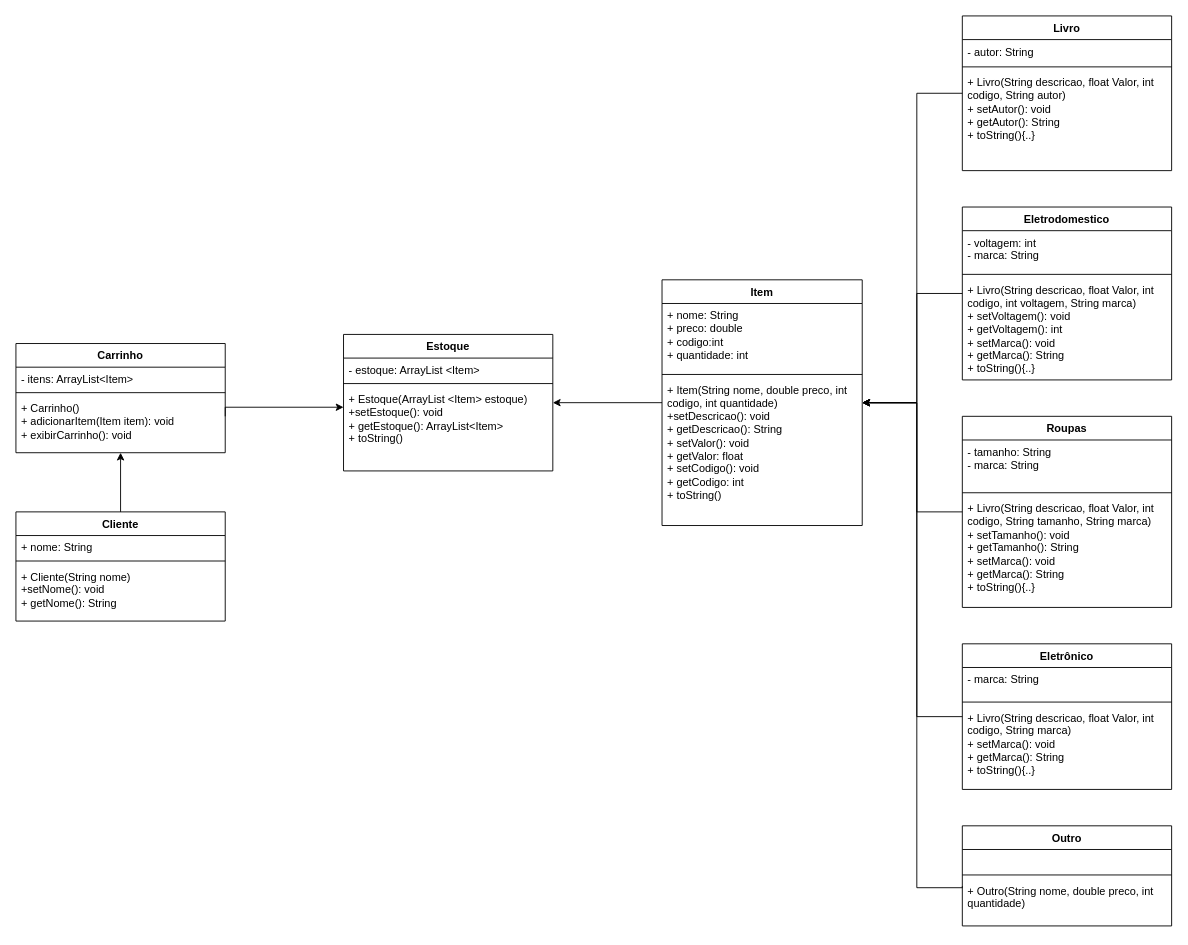
jsalles1/TesteGit keeps this draw.io diagram as Diagrama de classe do projeto.drawio. Above is the earlier version. Source tidied: cells renumbered, new cells numbered last; positions are measured from the earlier drawing's top-left corner, leaving out a move shared by most shapes. Both pictures are drawn from the tidied source at 91%, with x=0, y=0 at pixel (15, 15).
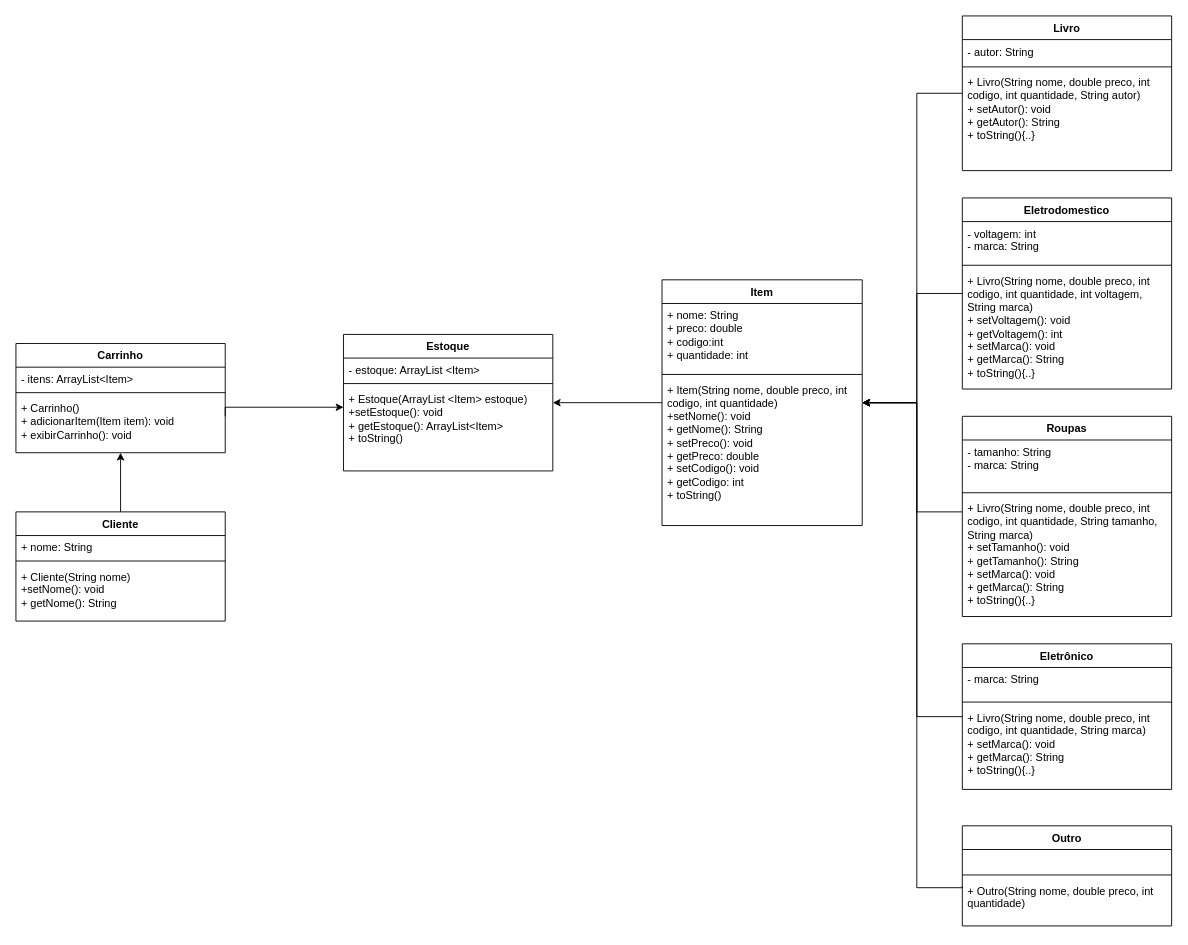
After the change.

Unchanged cells that the change refers to:
```xml
<mxCell id="3" value="Livro" style="swimlane;fontStyle=1;align=center;verticalAlign=top;horizontal=1;startSize=26;whiteSpace=wrap;html=1;" parent="1" vertex="1">
  <mxGeometry x="1040" width="230" height="170" as="geometry" />
</mxCell>
<mxCell id="8" value="Item" style="swimlane;fontStyle=1;align=center;verticalAlign=top;horizontal=1;startSize=26;whiteSpace=wrap;html=1;" parent="1" vertex="1">
  <mxGeometry x="710" y="290" width="220" height="270" as="geometry" />
</mxCell>
<mxCell id="23" value="Eletrônico" style="swimlane;fontStyle=1;align=center;verticalAlign=top;horizontal=1;startSize=26;whiteSpace=wrap;html=1;" parent="1" vertex="1">
  <mxGeometry x="1040" y="690" width="230" height="160" as="geometry" />
</mxCell>
```

Diff of the diagram source:
```diff
@@
-    <mxCell id="6" value="+ Livro(String descricao, float Valor, int codigo, String autor)&lt;br&gt;+ setAutor(): void&lt;br&gt;+ getAutor(): String&lt;br&gt;+ toString(){..}" style="text;strokeColor=none;fillColor=none;align=left;verticalAlign=top;spacingLeft=4;spacingRight=4;overflow=hidden;whiteSpace=wrap;html=1;" parent="3" vertex="1">
+    <mxCell id="6" value="+ Livro(String nome, double preco, int codigo, int quantidade, String autor)&lt;br&gt;+ setAutor(): void&lt;br&gt;+ getAutor(): String&lt;br&gt;+ toString(){..}" style="text;strokeColor=none;fillColor=none;align=left;verticalAlign=top;spacingLeft=4;spacingRight=4;overflow=hidden;whiteSpace=wrap;html=1;" parent="3" vertex="1">
       <mxGeometry y="60" width="230" height="110" as="geometry" />
     </mxCell>
@@
-    <mxCell id="11" value="+ Item(String nome, double preco, int codigo, int quantidade)&lt;br&gt;+setDescricao(): void&lt;br&gt;+ getDescricao(): String&lt;br&gt;+ setValor(): void&lt;br&gt;+ getValor: float&lt;br&gt;+ setCodigo(): void&lt;br&gt;+ getCodigo: int&lt;br&gt;+ toString()" style="text;strokeColor=none;fillColor=none;align=left;verticalAlign=top;spacingLeft=4;spacingRight=4;overflow=hidden;points=[[0,0.5],[1,0.5]];portConstraint=eastwest;whiteSpace=wrap;html=1;" parent="8" vertex="1">
+    <mxCell id="11" value="+ Item(String nome, double preco, int codigo, int quantidade)&lt;br&gt;+setNome(): void&lt;br&gt;+ getNome(): String&lt;br&gt;+ setPreco(): void&lt;br&gt;+ getPreco: double&lt;br&gt;+ setCodigo(): void&lt;br&gt;+ getCodigo: int&lt;br&gt;+ toString()" style="text;strokeColor=none;fillColor=none;align=left;verticalAlign=top;spacingLeft=4;spacingRight=4;overflow=hidden;points=[[0,0.5],[1,0.5]];portConstraint=eastwest;whiteSpace=wrap;html=1;" parent="8" vertex="1">
       <mxGeometry y="108" width="220" height="162" as="geometry" />
     </mxCell>
@@
     <mxCell id="13" value="Eletrodomestico" style="swimlane;fontStyle=1;align=center;verticalAlign=top;horizontal=1;startSize=26;whiteSpace=wrap;html=1;" parent="1" vertex="1">
-      <mxGeometry x="1040" y="210" width="230" height="190" as="geometry" />
+      <mxGeometry x="1040" y="200" width="230" height="210" as="geometry" />
     </mxCell>
@@
-    <mxCell id="16" value="+ Livro(String descricao, float Valor, int codigo, int voltagem, String marca)&lt;br&gt;+ setVoltagem(): void&lt;br&gt;+ getVoltagem(): int&lt;br&gt;+ setMarca(): void&lt;br&gt;+ getMarca(): String&lt;br&gt;+ toString(){..}" style="text;strokeColor=none;fillColor=none;align=left;verticalAlign=top;spacingLeft=4;spacingRight=4;overflow=hidden;whiteSpace=wrap;html=1;" parent="13" vertex="1">
-      <mxGeometry y="78" width="230" height="112" as="geometry" />
+    <mxCell id="16" value="+ Livro(String nome, double preco, int codigo, int quantidade, int voltagem, String marca)&lt;br&gt;+ setVoltagem(): void&lt;br&gt;+ getVoltagem(): int&lt;br&gt;+ setMarca(): void&lt;br&gt;+ getMarca(): String&lt;br&gt;+ toString(){..}" style="text;strokeColor=none;fillColor=none;align=left;verticalAlign=top;spacingLeft=4;spacingRight=4;overflow=hidden;whiteSpace=wrap;html=1;" parent="13" vertex="1">
+      <mxGeometry y="78" width="230" height="132" as="geometry" />
     </mxCell>
@@
     <mxCell id="18" value="Roupas" style="swimlane;fontStyle=1;align=center;verticalAlign=top;horizontal=1;startSize=26;whiteSpace=wrap;html=1;" parent="1" vertex="1">
-      <mxGeometry x="1040" y="440" width="230" height="210" as="geometry" />
+      <mxGeometry x="1040" y="440" width="230" height="220" as="geometry" />
     </mxCell>
@@
-    <mxCell id="21" value="+ Livro(String descricao, float Valor, int codigo, String tamanho, String marca)&lt;br&gt;+ setTamanho(): void&lt;br&gt;+ getTamanho(): String&lt;br&gt;+ setMarca(): void&lt;br style=&quot;border-color: var(--border-color);&quot;&gt;+ getMarca(): String&lt;br&gt;+ toString(){..}" style="text;strokeColor=none;fillColor=none;align=left;verticalAlign=top;spacingLeft=4;spacingRight=4;overflow=hidden;whiteSpace=wrap;html=1;" parent="18" vertex="1">
-      <mxGeometry y="88" width="230" height="122" as="geometry" />
+    <mxCell id="21" value="+ Livro(String nome, double preco, int codigo, int quantidade, String tamanho, String marca)&lt;br&gt;+ setTamanho(): void&lt;br&gt;+ getTamanho(): String&lt;br&gt;+ setMarca(): void&lt;br style=&quot;border-color: var(--border-color);&quot;&gt;+ getMarca(): String&lt;br&gt;+ toString(){..}" style="text;strokeColor=none;fillColor=none;align=left;verticalAlign=top;spacingLeft=4;spacingRight=4;overflow=hidden;whiteSpace=wrap;html=1;" parent="18" vertex="1">
+      <mxGeometry y="88" width="230" height="132" as="geometry" />
     </mxCell>
@@
-    <mxCell id="26" value="+ Livro(String descricao, float Valor, int codigo, String marca)&lt;br&gt;+ setMarca(): void&lt;br&gt;+ getMarca(): String&lt;br&gt;+ toString(){..}" style="text;strokeColor=none;fillColor=none;align=left;verticalAlign=top;spacingLeft=4;spacingRight=4;overflow=hidden;whiteSpace=wrap;html=1;" parent="23" vertex="1">
+    <mxCell id="26" value="+ Livro(String nome, double preco, int codigo, int quantidade, String marca)&lt;br&gt;+ setMarca(): void&lt;br&gt;+ getMarca(): String&lt;br&gt;+ toString(){..}" style="text;strokeColor=none;fillColor=none;align=left;verticalAlign=top;spacingLeft=4;spacingRight=4;overflow=hidden;whiteSpace=wrap;html=1;" parent="23" vertex="1">
       <mxGeometry y="68" width="230" height="92" as="geometry" />
     </mxCell>
```
